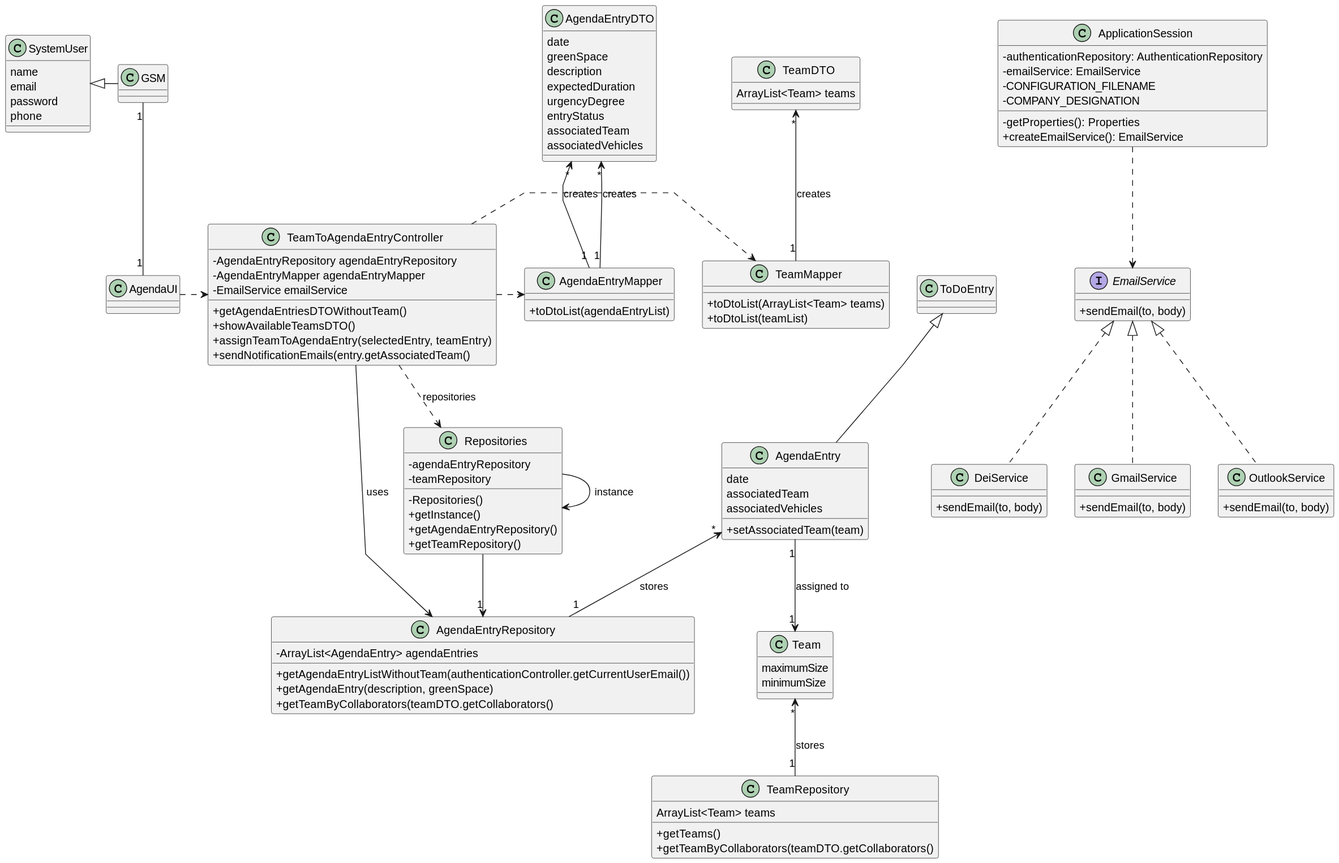
Earlier version of the PlantUML export docs/sprintC/us023/03.design/svg/us023-class-diagram.svg (Departamento-de-Engenharia-Informatica/lei-24-s2-1do-g164). The source it was exported from:
```plantuml
@startuml
skinparam classAttributeIconSize 0
skinparam packageStyle rectangle
skinparam shadowing false
skinparam linetype polyline
skinparam classAttributeIconSize 0

class AgendaEntry {
    date
    associatedTeam
    associatedVehicles
    +setAssociatedTeam(team)
}

class AgendaEntryDTO {

    date
    greenSpace
    description
    expectedDuration
    urgencyDegree
    entryStatus
    associatedTeam
    associatedVehicles

}

class SystemUser {
    name
    email
    password
    phone
}


class AgendaEntryRepository {
    - ArrayList<AgendaEntry> agendaEntries
    + getAgendaEntryListWithoutTeam(authenticationController.getCurrentUserEmail())
    + getAgendaEntry(description, greenSpace)
    + getTeamByCollaborators(teamDTO.getCollaborators()
}

class Repositories {
    - agendaEntryRepository
    -teamRepository

    - Repositories()
    + getInstance()
    + getAgendaEntryRepository()
    + getTeamRepository()

}

class AgendaEntryMapper {
    + toDtoList(agendaEntryList)

}


class TeamToAgendaEntryController {
    - AgendaEntryRepository agendaEntryRepository
    - AgendaEntryMapper agendaEntryMapper
    - EmailService emailService

    +getAgendaEntriesDTOWithoutTeam()
    +showAvailableTeamsDTO()
    +assignTeamToAgendaEntry(selectedEntry, teamEntry)
    +sendNotificationEmails(entry.getAssociatedTeam()
}

class AgendaUI {

}

class Team{
maximumSize
minimumSize

}

class TeamRepository{
    ArrayList<Team> teams
    +getTeams()
    +getTeamByCollaborators(teamDTO.getCollaborators()

}

class TeamMapper {
+toDtoList(ArrayList<Team> teams)
+toDtoList(teamList)

}

class TeamDTO {
ArrayList<Team> teams
}

interface EmailService {
    + sendEmail(to, body)
}

class DeiService implements EmailService {
    + sendEmail(to, body)
}

class GmailService implements EmailService {
    + sendEmail(to, body)
}

class OutlookService implements EmailService {
    + sendEmail(to, body)
}

class ApplicationSession{
    -authenticationRepository: AuthenticationRepository
        -emailService: EmailService
        -CONFIGURATION_FILENAME
        -COMPANY_DESIGNATION

        -getProperties(): Properties
        +createEmailService(): EmailService
}




AgendaUI .> TeamToAgendaEntryController
TeamToAgendaEntryController ..> Repositories : repositories
Repositories --> "1" AgendaEntryRepository
Repositories -> Repositories : instance
TeamToAgendaEntryController .> AgendaEntryMapper
TeamToAgendaEntryController .> TeamMapper
TeamToAgendaEntryController --> AgendaEntryRepository : uses

SystemUser <|- GSM
ToDoEntry <|-- AgendaEntry

GSM "1" -- "1" AgendaUI
AgendaEntry "*" <-- "1" AgendaEntryRepository : stores
AgendaEntryDTO "*" <-- "1" AgendaEntryMapper : creates
AgendaEntry"1" --> "1" Team: assigned to
Team "*" <-- "1" TeamRepository : stores
AgendaEntryDTO "*" <-- "1" AgendaEntryMapper : creates
TeamDTO "*" <-- "1" TeamMapper : creates


ApplicationSession ..> EmailService
@enduml
```
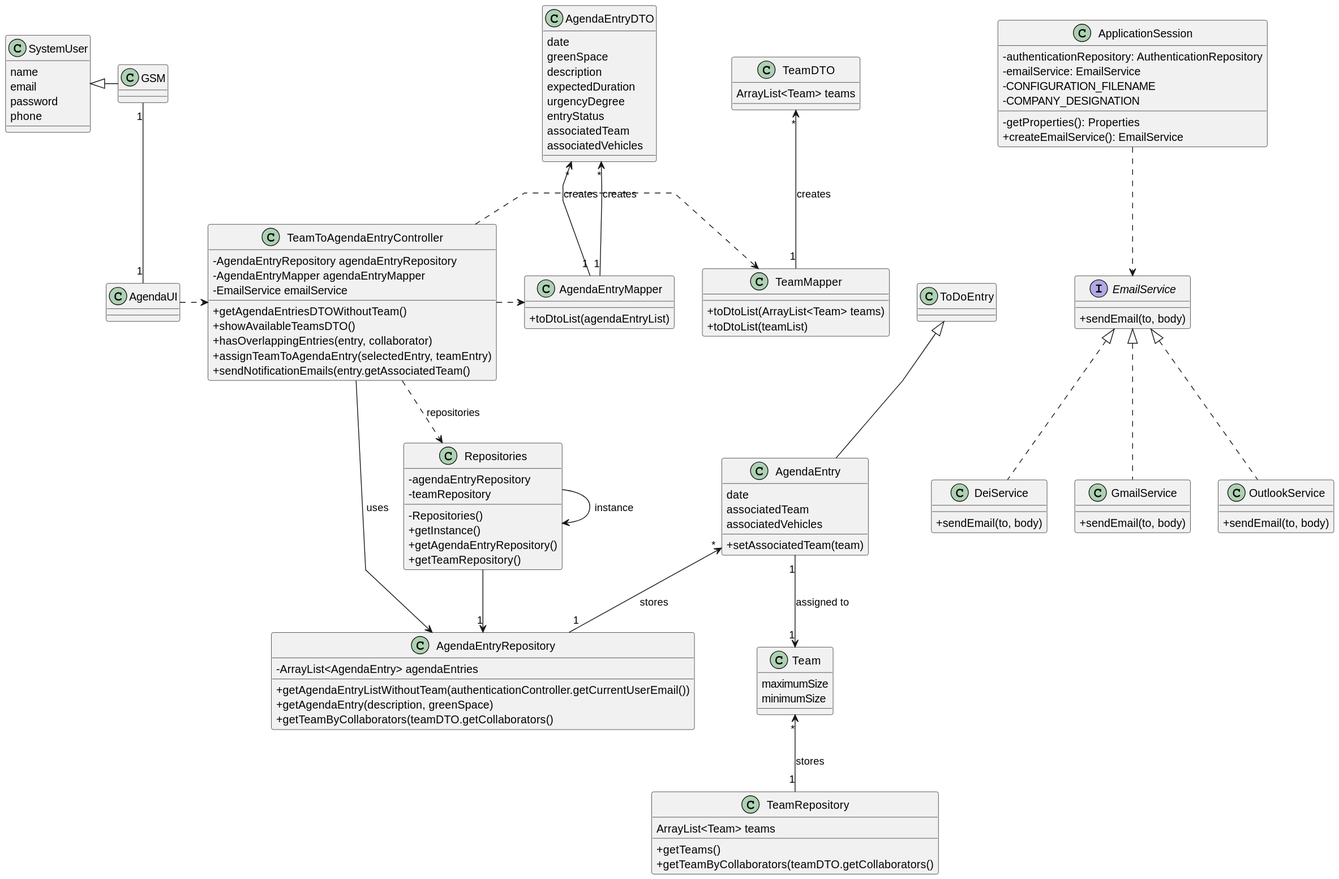
The same diagram one commit later.

Commit message:
(docs): self-assessment

The edit, as a diff of the source:
```diff
@@ -64,6 +64,7 @@
 
     +getAgendaEntriesDTOWithoutTeam()
     +showAvailableTeamsDTO()
+    +hasOverlappingEntries(entry, collaborator)
     +assignTeamToAgendaEntry(selectedEntry, teamEntry)
     +sendNotificationEmails(entry.getAssociatedTeam()
 }
```
